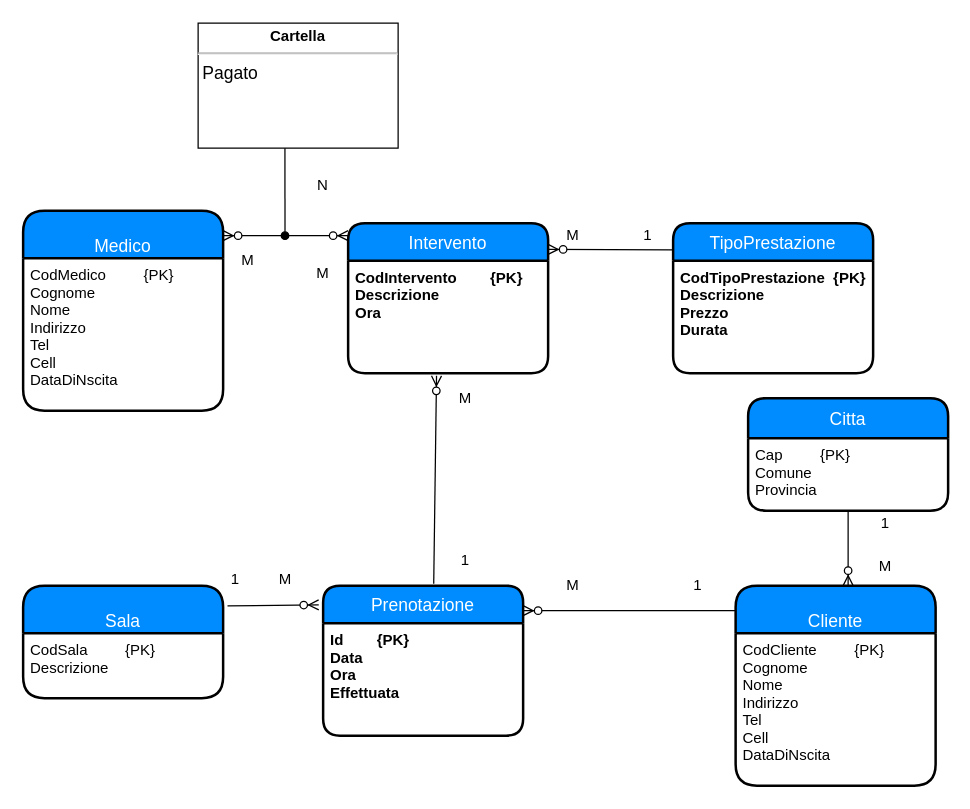
amarzocchella/DB keeps this draw.io diagram as Studio_Dentistico_Associato_Vers_Intervento_05_2022.drawio. Above is the earlier version. Source tidied: cells renumbered, new cells numbered last; positions are measured from the earlier drawing's top-left corner, leaving out a move shared by most shapes. Both pictures are drawn from the tidied source at 125%, with x=0, y=0 at pixel (22, 22).
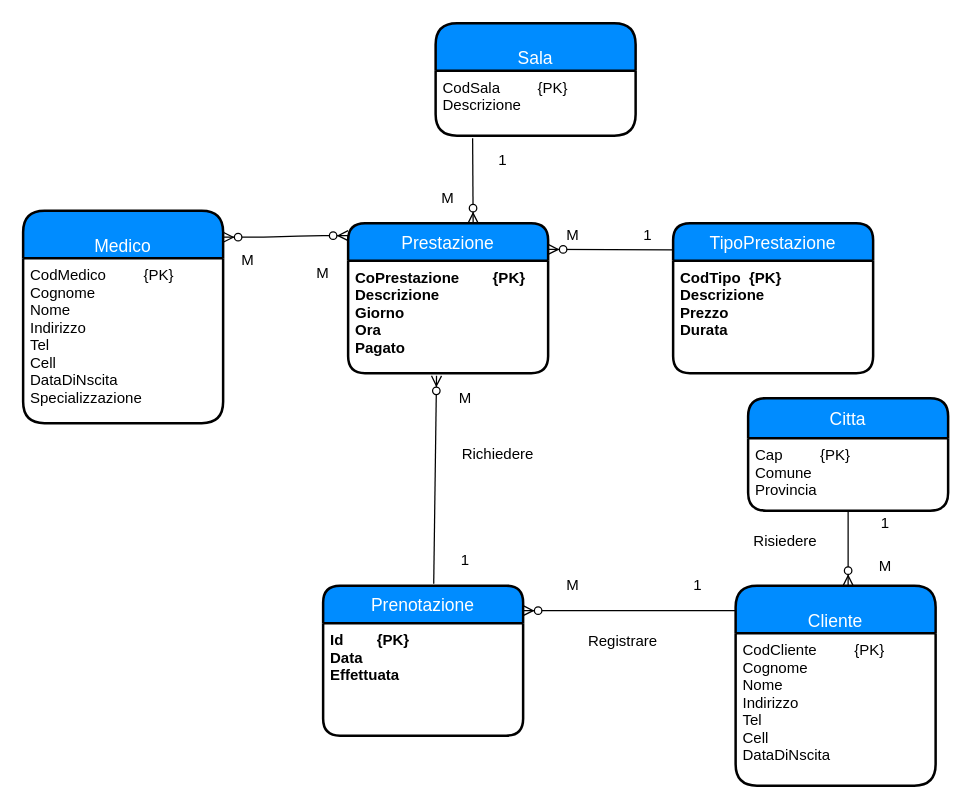
The same diagram, later.

The change refers to these unchanged cells:
```xml
<mxCell id="4" value="&#10;Cliente" style="swimlane;horizontal=1;startSize=38;fillColor=#008cff;fontColor=#FFFFFF;rounded=1;fontSize=14;fontStyle=0;strokeWidth=2;shadow=0;dashed=0;align=center;" parent="1" vertex="1">
  <mxGeometry x="570" y="450" width="160" height="160" as="geometry" />
</mxCell>
<mxCell id="21" value="CodSala         {PK}&#10;Descrizione&#10;&#10;" style="align=left;strokeColor=none;fillColor=none;spacingLeft=4;fontSize=12;verticalAlign=top;fontStyle=0;" parent="20" vertex="1">
  <mxGeometry y="38" width="160" height="52" as="geometry" />
</mxCell>
<mxCell id="23" value="Prenotazione" style="swimlane;horizontal=1;startSize=30;fillColor=#008cff;fontColor=#FFFFFF;rounded=1;fontSize=14;fontStyle=0;strokeWidth=2;shadow=0;dashed=0;align=center;" parent="1" vertex="1">
  <mxGeometry x="240" y="450" width="160" height="120" as="geometry" />
</mxCell>
<mxCell id="32" value="TipoPrestazione" style="swimlane;horizontal=1;startSize=30;fillColor=#008cff;fontColor=#FFFFFF;rounded=1;fontSize=14;fontStyle=0;strokeWidth=2;shadow=0;dashed=0;align=center;" parent="1" vertex="1">
  <mxGeometry x="520" y="160" width="160" height="120" as="geometry" />
</mxCell>
```

Change to the diagram source:
```diff
@@
-    <mxCell id="2" value="Intervento" style="swimlane;horizontal=1;startSize=30;fillColor=#008cff;fontColor=#FFFFFF;rounded=1;fontSize=14;fontStyle=0;strokeWidth=2;shadow=0;dashed=0;align=center;" parent="1" vertex="1">
+    <mxCell id="2" value="Prestazione" style="swimlane;horizontal=1;startSize=30;fillColor=#008cff;fontColor=#FFFFFF;rounded=1;fontSize=14;fontStyle=0;strokeWidth=2;shadow=0;dashed=0;align=center;" parent="1" vertex="1">
       <mxGeometry x="260" y="160" width="160" height="120" as="geometry" />
     </mxCell>
-    <mxCell id="3" value="CodIntervento        {PK}&#10;Descrizione&#10;Ora" style="align=left;strokeColor=none;fillColor=none;spacingLeft=4;fontSize=12;verticalAlign=top;fontStyle=1;" parent="2" vertex="1">
+    <mxCell id="3" value="CoPrestazione        {PK}&#10;Descrizione&#10;Giorno&#10;Ora&#10;Pagato" style="align=left;strokeColor=none;fillColor=none;spacingLeft=4;fontSize=12;verticalAlign=top;fontStyle=1;" parent="2" vertex="1">
       <mxGeometry y="30" width="160" height="90" as="geometry" />
     </mxCell>
@@
-    <mxCell id="5" value="CodCliente         {PK}&#10;Cognome&#10;Nome&#10;Indirizzo&#10;Tel&#10;Cell&#10;DataDiNscita&#10;&#10;" style="align=left;strokeColor=none;fillColor=none;spacingLeft=4;fontSize=12;verticalAlign=top;fontStyle=0;" parent="4" vertex="1">
+    <mxCell id="5" value="CodCliente         {PK}&#10;Cognome&#10;Nome&#10;Indirizzo&#10;Tel&#10;Cell&#10;DataDiNscita" style="align=left;strokeColor=none;fillColor=none;spacingLeft=4;fontSize=12;verticalAlign=top;fontStyle=0;" parent="4" vertex="1">
       <mxGeometry y="38" width="160" height="122" as="geometry" />
     </mxCell>
@@
-    <mxCell id="7" style="endArrow=none;html=1;startArrow=oval;startFill=1;entryX=0.434;entryY=1;entryDx=0;entryDy=0;entryPerimeter=0;" parent="1" edge="1" target="11">
-      <mxGeometry relative="1" as="geometry">
-        <mxPoint x="209.5" y="170" as="sourcePoint" />
-      </mxGeometry>
-    </mxCell>
@@
-    <mxCell id="11" value="&lt;p style=&quot;margin: 4px 0px 0px ; text-align: center&quot;&gt;&lt;b&gt;Cartella&lt;/b&gt;&lt;/p&gt;&lt;hr&gt;&lt;div style=&quot;font-size: 14px&quot;&gt;&amp;nbsp;Pagato&lt;/div&gt;&lt;div style=&quot;font-size: 14px&quot;&gt;&amp;nbsp;&lt;/div&gt;" style="verticalAlign=top;align=left;overflow=fill;fontSize=12;fontFamily=Helvetica;html=1;" parent="1" vertex="1">
-      <mxGeometry x="140" width="160" height="100" as="geometry" />
-    </mxCell>
-    <mxCell id="12" value="N" style="text;html=1;strokeColor=none;fillColor=none;align=center;verticalAlign=middle;whiteSpace=wrap;rounded=0;" parent="1" vertex="1">
-      <mxGeometry x="230" y="120" width="20" height="20" as="geometry" />
-    </mxCell>
@@
     <mxCell id="16" value="&#10;Medico" style="swimlane;horizontal=1;startSize=38;fillColor=#008cff;fontColor=#FFFFFF;rounded=1;fontSize=14;fontStyle=0;strokeWidth=2;shadow=0;dashed=0;align=center;" parent="1" vertex="1">
-      <mxGeometry y="150" width="160" height="160" as="geometry" />
+      <mxGeometry y="150" width="160" height="170" as="geometry" />
     </mxCell>
-    <mxCell id="17" value="CodMedico         {PK}&#10;Cognome&#10;Nome&#10;Indirizzo&#10;Tel&#10;Cell&#10;DataDiNscita&#10;&#10;" style="align=left;strokeColor=none;fillColor=none;spacingLeft=4;fontSize=12;verticalAlign=top;fontStyle=0;" parent="16" vertex="1">
-      <mxGeometry y="38" width="160" height="122" as="geometry" />
+    <mxCell id="17" value="CodMedico         {PK}&#10;Cognome&#10;Nome&#10;Indirizzo&#10;Tel&#10;Cell&#10;DataDiNscita&#10;Specializzazione&#10;&#10;" style="align=left;strokeColor=none;fillColor=none;spacingLeft=4;fontSize=12;verticalAlign=top;fontStyle=0;" parent="16" vertex="1">
+      <mxGeometry y="38" width="160" height="132" as="geometry" />
     </mxCell>
-    <mxCell id="18" style="fontSize=12;html=1;endArrow=ERzeroToMany;rounded=1;endFill=1;startFill=1;elbow=vertical;exitX=1.022;exitY=0.18;exitDx=0;exitDy=0;exitPerimeter=0;entryX=-0.022;entryY=0.128;entryDx=0;entryDy=0;entryPerimeter=0;" parent="1" edge="1" source="20" target="23">
+    <mxCell id="18" style="fontSize=12;html=1;endArrow=ERzeroToMany;rounded=1;endFill=1;startFill=1;elbow=vertical;entryX=0.625;entryY=0;entryDx=0;entryDy=0;entryPerimeter=0;exitX=0.185;exitY=1.042;exitDx=0;exitDy=0;exitPerimeter=0;" parent="1" edge="1" source="21" target="2">
       <mxGeometry relative="1" as="geometry" />
     </mxCell>
@@
     <mxCell id="20" value="&#10;Sala" style="swimlane;horizontal=1;startSize=38;fillColor=#008cff;fontColor=#FFFFFF;rounded=1;fontSize=14;fontStyle=0;strokeWidth=2;shadow=0;dashed=0;align=center;" parent="1" vertex="1">
-      <mxGeometry y="450" width="160" height="90" as="geometry" />
+      <mxGeometry x="330" width="160" height="90" as="geometry" />
     </mxCell>
@@
-    <mxCell id="24" value="Id        {PK}&#10;Data&#10;Ora&#10;Effettuata" style="align=left;strokeColor=none;fillColor=none;spacingLeft=4;fontSize=12;verticalAlign=top;fontStyle=1;" parent="23" vertex="1">
+    <mxCell id="24" value="Id        {PK}&#10;Data&#10;Effettuata" style="align=left;strokeColor=none;fillColor=none;spacingLeft=4;fontSize=12;verticalAlign=top;fontStyle=1;" parent="23" vertex="1">
       <mxGeometry y="30" width="160" height="90" as="geometry" />
     </mxCell>
-    <mxCell id="25" value="1" style="text;html=1;strokeColor=none;fillColor=none;align=center;verticalAlign=middle;whiteSpace=wrap;rounded=0;" parent="1" vertex="1">
-      <mxGeometry x="160" y="435" width="20" height="20" as="geometry" />
-    </mxCell>
-    <mxCell id="26" value="M" style="text;html=1;strokeColor=none;fillColor=none;align=center;verticalAlign=middle;whiteSpace=wrap;rounded=0;" parent="1" vertex="1">
-      <mxGeometry x="200" y="435" width="20" height="20" as="geometry" />
-    </mxCell>
@@
-    <mxCell id="33" value="CodTipoPrestazione  {PK}&#10;Descrizione&#10;Prezzo&#10;Durata" style="align=left;strokeColor=none;fillColor=none;spacingLeft=4;fontSize=12;verticalAlign=top;fontStyle=1;" parent="32" vertex="1">
+    <mxCell id="33" value="CodTipo  {PK}&#10;Descrizione&#10;Prezzo&#10;Durata" style="align=left;strokeColor=none;fillColor=none;spacingLeft=4;fontSize=12;verticalAlign=top;fontStyle=1;" parent="32" vertex="1">
       <mxGeometry y="30" width="160" height="90" as="geometry" />
     </mxCell>
@@
+    <mxCell id="37" value="Registrare" style="text;html=1;strokeColor=none;fillColor=none;align=center;verticalAlign=middle;whiteSpace=wrap;rounded=0;" parent="1" vertex="1">
+      <mxGeometry x="450" y="485" width="60" height="20" as="geometry" />
+    </mxCell>
+    <mxCell id="38" value="Richiedere" style="text;html=1;strokeColor=none;fillColor=none;align=center;verticalAlign=middle;whiteSpace=wrap;rounded=0;" parent="1" vertex="1">
+      <mxGeometry x="350" y="335" width="60" height="20" as="geometry" />
+    </mxCell>
+    <mxCell id="39" value="Risiedere" style="text;html=1;strokeColor=none;fillColor=none;align=center;verticalAlign=middle;whiteSpace=wrap;rounded=0;" parent="1" vertex="1">
+      <mxGeometry x="580" y="405" width="60" height="20" as="geometry" />
+    </mxCell>
+    <mxCell id="25" value="1" style="text;html=1;strokeColor=none;fillColor=none;align=center;verticalAlign=middle;whiteSpace=wrap;rounded=0;" parent="1" vertex="1">
+      <mxGeometry x="374" y="100" width="20" height="20" as="geometry" />
+    </mxCell>
+    <mxCell id="26" value="M" style="text;html=1;strokeColor=none;fillColor=none;align=center;verticalAlign=middle;whiteSpace=wrap;rounded=0;" parent="1" vertex="1">
+      <mxGeometry x="330" y="130" width="20" height="20" as="geometry" />
+    </mxCell>
```
